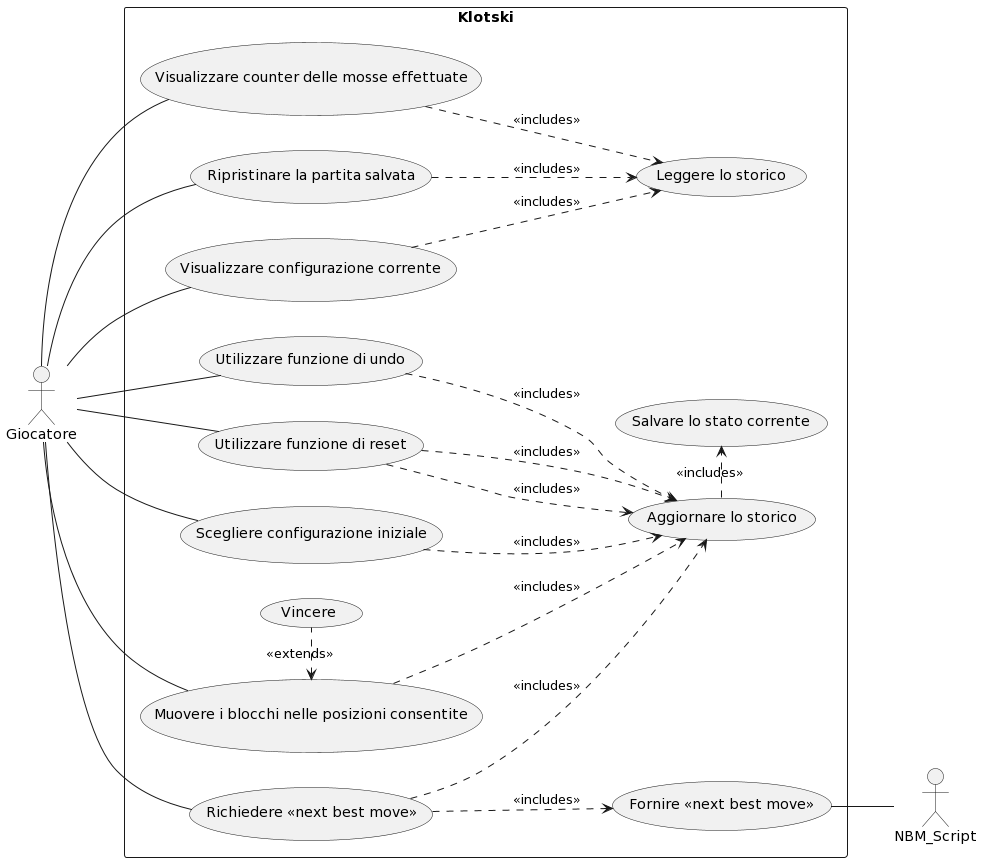
Above: resources/img/diagrams/UseCasesDiagram.png in bellins14/klotski_gruppo2 (PlantUML), before the change.
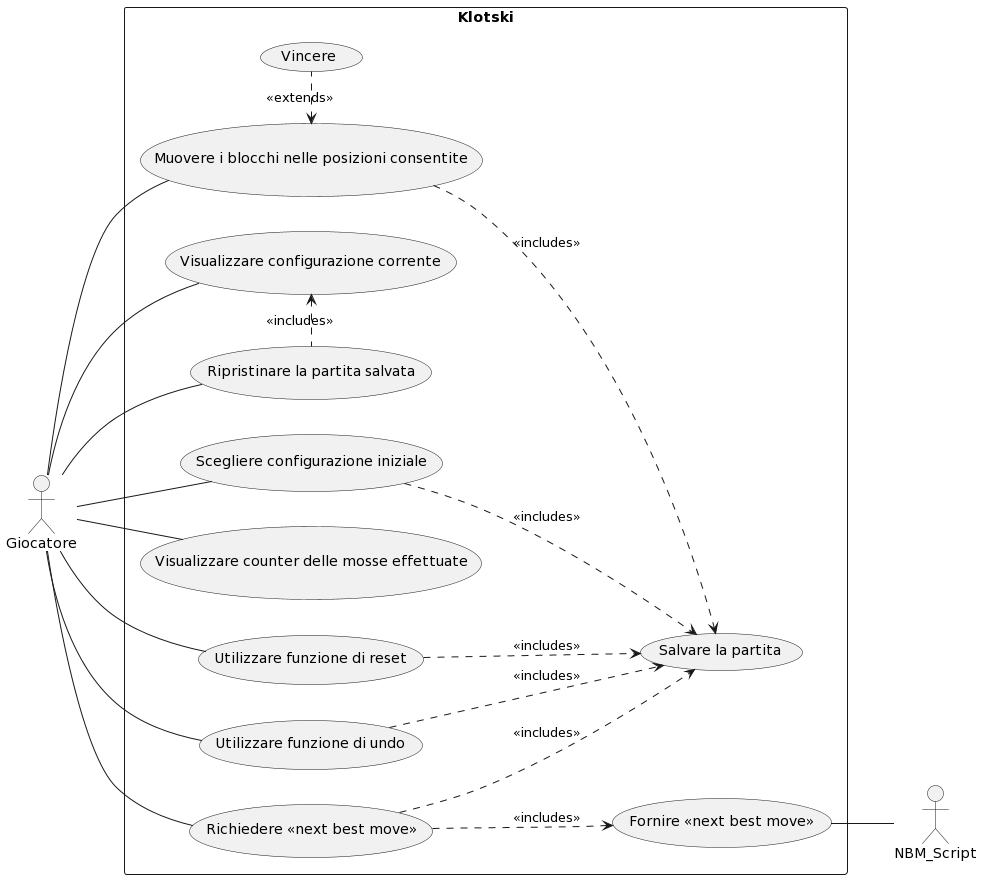
After the commit.

The edit, as a diff of the source:
```diff
@@ -6,38 +6,32 @@
 
 rectangle "Klotski" {
   usecase "Visualizzare configurazione corrente" as current_conf
+  usecase "Scegliere configurazione iniziale" as init_conf
   usecase "Visualizzare counter delle mosse effettuate" as counter
   usecase "Ripristinare la partita salvata" as restore
-  usecase "Leggere lo storico" as read_log
-  usecase "Aggiornare lo storico" as update_log
-  usecase "Scegliere configurazione iniziale" as init_conf
+  usecase "Salvare la partita" as update_log
   usecase "Muovere i blocchi nelle posizioni consentite" as move
   usecase "Vincere" as win
   usecase "Utilizzare funzione di reset" as reset
   usecase "Utilizzare funzione di undo" as undo
-  usecase "Salvare lo stato corrente" as save
-   usecase "Fornire «next best move»" as make_nbm
+  usecase "Fornire «next best move»" as make_nbm
   usecase "Richiedere «next best move»" as nbm
 }
 
 Giocatore -- current_conf
-current_conf -[dashed]-> read_log: "<<includes>>"
 Giocatore -- init_conf
-init_conf -[dashed]-> update_log: "<<includes>>"
+init_conf -down[dashed]-> update_log: "<<includes>>"
 Giocatore -- move
 move -[dashed]-> update_log: "<<includes>>"
 move <-[dashed]right- win: "<<extends>>"
 Giocatore -- counter
-counter -[dashed]-> read_log: "<<includes>>"
 Giocatore -- reset
 reset -[dashed]-> update_log: "<<includes>>"
 Giocatore -- undo
 undo -[dashed]-> update_log: "<<includes>>"
-reset -[dashed]-> update_log: "<<includes>>"
 Giocatore -- nbm
-save <-[dashed]left- update_log: "<<includes>>"
 Giocatore -- restore
-restore -[dashed]-> read_log: "<<includes>>"
+restore -left[dashed]-> current_conf: "<<includes>>"
 NBM_Script -up- make_nbm
 nbm -[dashed]-> make_nbm: "<<includes>>"
 nbm -[dashed]-> update_log: "<<includes>>"
```
